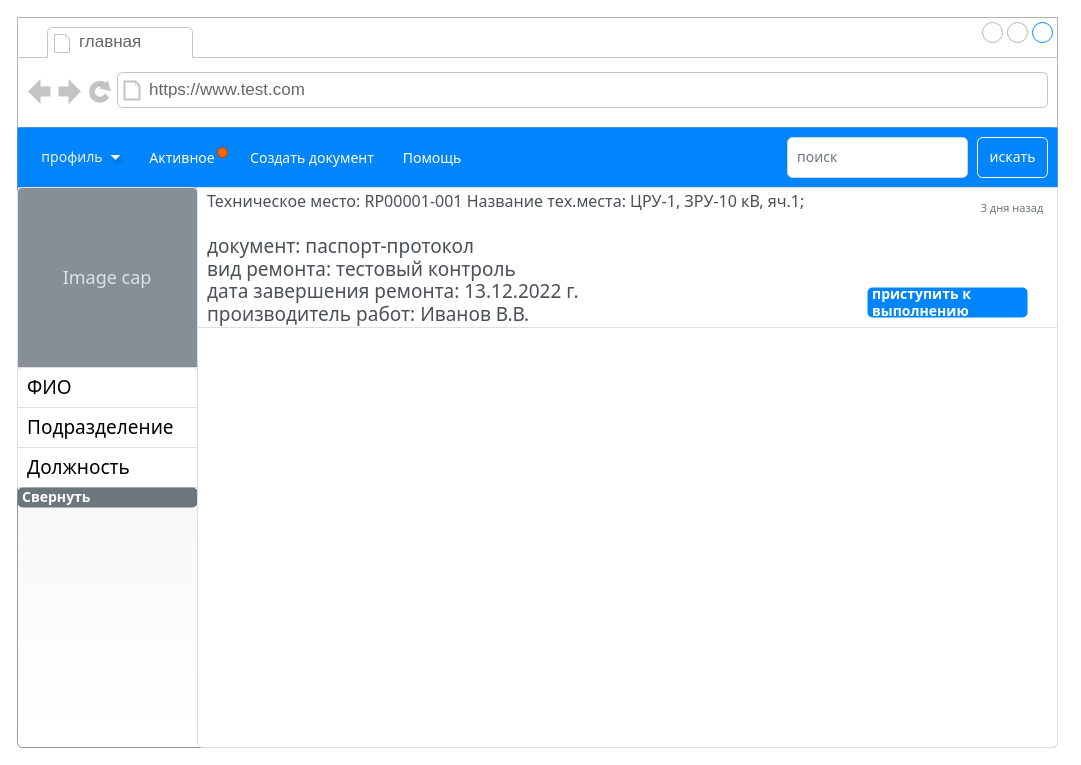
Above: page "главная страница" (2 of 2) of schemes/дизайн приложения.drawio in HV220/app_sibur (draw.io), before the change. Source tidied: cells renumbered, new cells numbered last; positions are measured from the earlier drawing's top-left corner, leaving out a move shared by most shapes. Both pictures are drawn from the tidied source at 100%, with x=0, y=0 at pixel (17, 17).
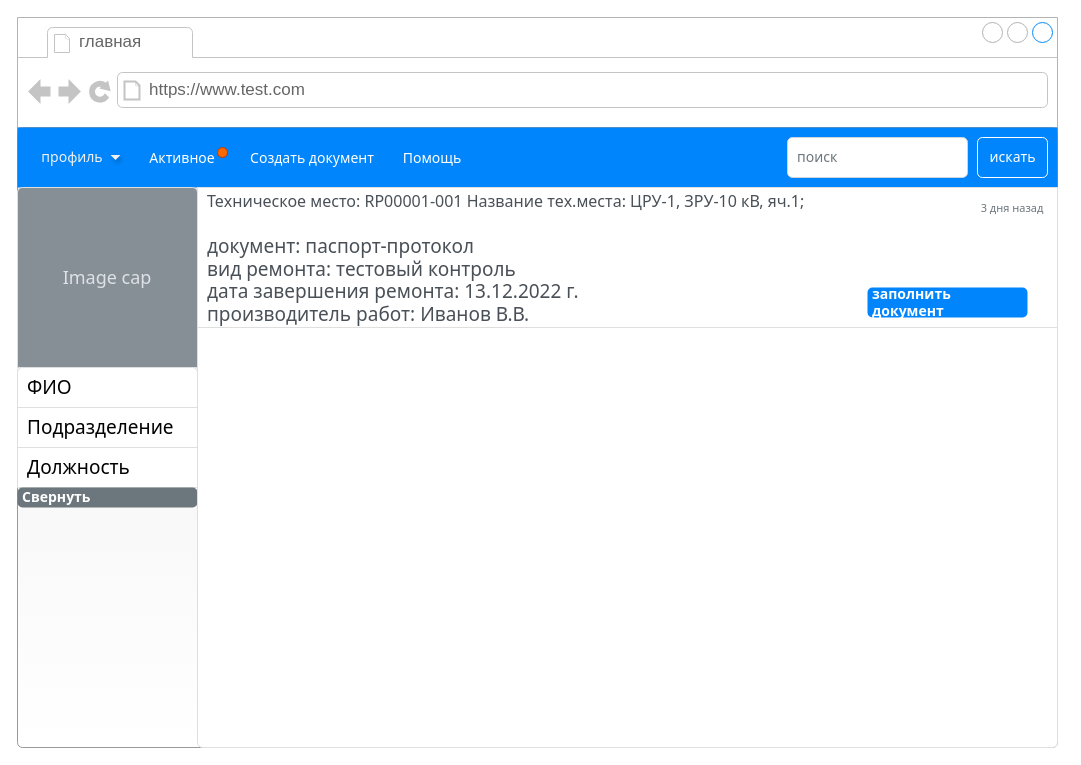
Above is the later version.

Unchanged cells that the change refers to:
```xml
<mxCell id="27" value="&lt;span style=&quot;font-size: 16px;&quot;&gt;Техническое место: RP00001-001 Название тех.места: ЦРУ-1, ЗРУ-10 кВ, яч.1;&lt;/span&gt;&lt;br&gt;&lt;br&gt;документ: паспорт-протокол&lt;br&gt;вид ремонта: тестовый контроль&lt;br&gt;дата завершения ремонта: 13.12.2022 г.&lt;br&gt;производитель работ: Иванов В.В.&lt;br&gt;" style="strokeColor=inherit;fillColor=inherit;gradientColor=inherit;fontColor=inherit;html=1;shadow=0;dashed=0;perimeter=none;whiteSpace=wrap;align=left;spacing=10;labelBackgroundColor=none;labelBorderColor=none;fillStyle=auto;fontFamily=Tahoma;fontSize=19;" parent="26" vertex="1">
  <mxGeometry width="860" height="140" relative="1" as="geometry" />
</mxCell>
```

Diff of the diagram source:
```diff
@@
-    <mxCell id="29" value="приступить к выполнению" style="html=1;shadow=0;dashed=0;shape=mxgraph.bootstrap.rrect;rSize=5;strokeColor=none;strokeWidth=1;fillColor=#0085FC;fontColor=#FFFFFF;whiteSpace=wrap;align=left;verticalAlign=middle;spacingLeft=0;fontStyle=1;fontSize=14;spacing=5;labelBackgroundColor=none;labelBorderColor=none;fillStyle=auto;fontFamily=Tahoma;" parent="27" vertex="1">
+    <mxCell id="29" value="заполнить документ" style="html=1;shadow=0;dashed=0;shape=mxgraph.bootstrap.rrect;rSize=5;strokeColor=none;strokeWidth=1;fillColor=#0085FC;fontColor=#FFFFFF;whiteSpace=wrap;align=left;verticalAlign=middle;spacingLeft=0;fontStyle=1;fontSize=14;spacing=5;labelBackgroundColor=none;labelBorderColor=none;fillStyle=auto;fontFamily=Tahoma;" parent="27" vertex="1">
       <mxGeometry x="670" y="100" width="160" height="30" as="geometry" />
     </mxCell>
```
